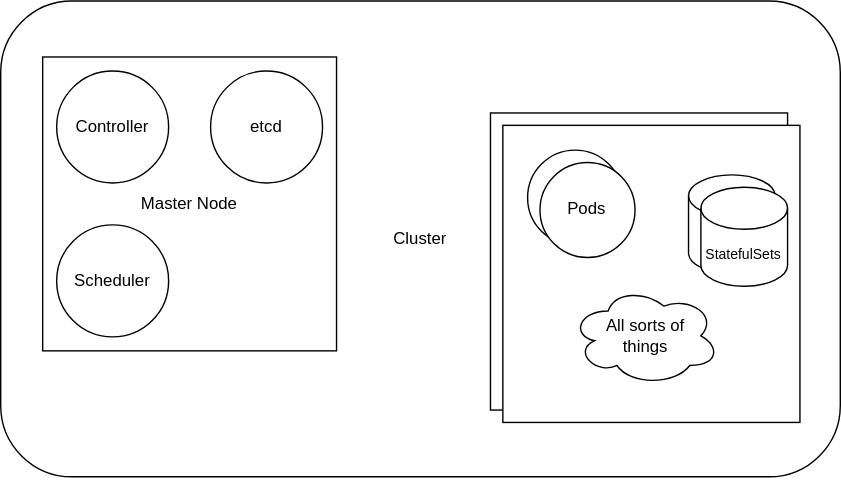
hamidmayeli/k8s-demo keeps this draw.io diagram as imgs/cluster.svg. Above is the earlier version. Source tidied: cells renumbered, new cells last; positions are measured from the earlier drawing's top-left corner, leaving out a move shared by most shapes. The source it was exported from:
```xml
<mxGraphModel>
  <root>
    <mxCell id="0" />
    <mxCell id="1" parent="0" />
    <mxCell id="2" value="Cluster" style="rounded=1;whiteSpace=wrap;html=1;" parent="1" vertex="1">
      <mxGeometry width="600" height="340" as="geometry" />
    </mxCell>
    <mxCell id="3" style="group;" parent="1" vertex="1">
      <mxGeometry x="30" y="40" width="210" height="210" as="geometry" />
    </mxCell>
    <mxCell id="4" value="Master Node" style="rounded=0;whiteSpace=wrap;html=1;" parent="3" vertex="1">
      <mxGeometry width="210" height="210" as="geometry" />
    </mxCell>
    <mxCell id="5" value="etcd" style="ellipse;whiteSpace=wrap;html=1;" parent="3" vertex="1">
      <mxGeometry x="120" y="10" width="80" height="80" as="geometry" />
    </mxCell>
    <mxCell id="6" value="Scheduler" style="ellipse;whiteSpace=wrap;html=1;" parent="3" vertex="1">
      <mxGeometry x="10" y="120" width="80" height="80" as="geometry" />
    </mxCell>
    <mxCell id="7" value="Controller" style="ellipse;whiteSpace=wrap;html=1;" parent="3" vertex="1">
      <mxGeometry x="10" y="10" width="80" height="80" as="geometry" />
    </mxCell>
    <mxCell id="8" style="group;" parent="1" vertex="1">
      <mxGeometry x="350" y="80" width="230" height="230" as="geometry" />
    </mxCell>
    <mxCell id="9" style="whiteSpace=wrap;html=1;" parent="8" vertex="1">
      <mxGeometry width="212.3" height="212.3" as="geometry" />
    </mxCell>
    <mxCell id="10" style="whiteSpace=wrap;html=1;" parent="8" vertex="1">
      <mxGeometry x="8.8" y="8.8" width="212.3" height="212.3" as="geometry" />
    </mxCell>
    <mxCell id="11" style="ellipse;whiteSpace=wrap;html=1;" parent="8" vertex="1">
      <mxGeometry x="26.5" y="26.5" width="67.9" height="67.9" as="geometry" />
    </mxCell>
    <mxCell id="12" value="Pods" style="ellipse;whiteSpace=wrap;html=1;" parent="8" vertex="1">
      <mxGeometry x="35.4" y="35.4" width="67.9" height="67.9" as="geometry" />
    </mxCell>
    <mxCell id="13" style="shape=cylinder3;whiteSpace=wrap;html=1;boundedLbl=1;backgroundOutline=1;size=15;" parent="8" vertex="1">
      <mxGeometry x="141.5" y="44.2" width="61.9" height="70.8" as="geometry" />
    </mxCell>
    <mxCell id="14" value="&lt;font style=&quot;font-size: 10px;&quot;&gt;StatefulSets&lt;/font&gt;" style="shape=cylinder3;whiteSpace=wrap;html=1;boundedLbl=1;backgroundOutline=1;size=15;" parent="8" vertex="1">
      <mxGeometry x="150.4" y="53.1" width="61.9" height="70.8" as="geometry" />
    </mxCell>
    <mxCell id="15" value="All sorts of &lt;br&gt;things" style="ellipse;shape=cloud;whiteSpace=wrap;html=1;fontSize=12;" parent="8" vertex="1">
      <mxGeometry x="57.5" y="123.8" width="106.2" height="70.8" as="geometry" />
    </mxCell>
    <mxCell id="16" style="edgeStyle=orthogonalEdgeStyle;rounded=0;orthogonalLoop=1;jettySize=auto;html=1;exitX=0.5;exitY=1;exitDx=0;exitDy=0;fontSize=12;" parent="1" edge="1" source="2" target="2">
      <mxGeometry relative="1" as="geometry" />
    </mxCell>
  </root>
</mxGraphModel>
```
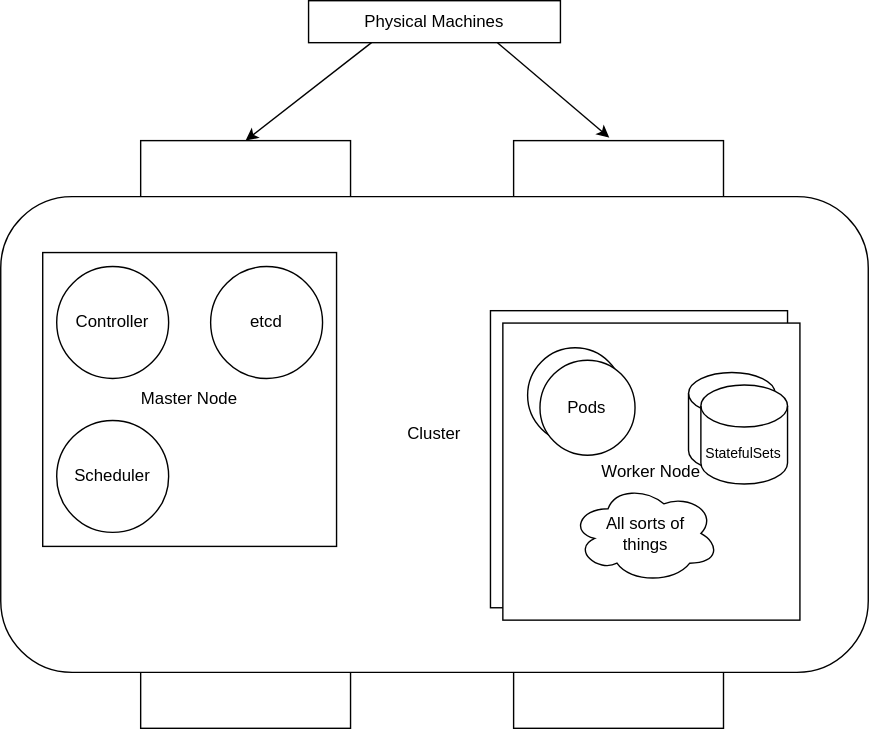
After the commit.

The edit, as a diff of the source:
```diff
@@ -2,11 +2,20 @@
   <root>
     <mxCell id="0" />
     <mxCell id="1" parent="0" />
+    <mxCell id="17" style="group;" parent="1" vertex="1">
+      <mxGeometry x="100" y="-140" width="620" height="520" as="geometry" />
+    </mxCell>
+    <mxCell id="18" style="rounded=0;whiteSpace=wrap;html=1;" parent="17" vertex="1">
+      <mxGeometry x="366.5" y="100" width="150" height="420" as="geometry" />
+    </mxCell>
+    <mxCell id="19" style="rounded=0;whiteSpace=wrap;html=1;" parent="17" vertex="1">
+      <mxGeometry x="100" y="100" width="150" height="420" as="geometry" />
+    </mxCell>
-    <mxCell id="2" value="Cluster" style="rounded=1;whiteSpace=wrap;html=1;" parent="1" vertex="1">
-      <mxGeometry width="600" height="340" as="geometry" />
+    <mxCell id="2" value="Cluster" style="rounded=1;whiteSpace=wrap;html=1;" parent="17" vertex="1">
+      <mxGeometry y="140" width="620" height="340" as="geometry" />
     </mxCell>
-    <mxCell id="3" style="group;" parent="1" vertex="1">
-      <mxGeometry x="30" y="40" width="210" height="210" as="geometry" />
+    <mxCell id="3" style="group;" parent="17" vertex="1">
+      <mxGeometry x="30" y="180" width="210" height="210" as="geometry" />
     </mxCell>
     <mxCell id="4" value="Master Node" style="rounded=0;whiteSpace=wrap;html=1;" parent="3" vertex="1">
       <mxGeometry width="210" height="210" as="geometry" />
@@ -20,13 +29,13 @@
     <mxCell id="7" value="Controller" style="ellipse;whiteSpace=wrap;html=1;" parent="3" vertex="1">
       <mxGeometry x="10" y="10" width="80" height="80" as="geometry" />
     </mxCell>
-    <mxCell id="8" style="group;" parent="1" vertex="1">
-      <mxGeometry x="350" y="80" width="230" height="230" as="geometry" />
+    <mxCell id="8" style="group;" parent="17" vertex="1">
+      <mxGeometry x="350" y="221.5" width="230" height="298.5" as="geometry" />
     </mxCell>
     <mxCell id="9" style="whiteSpace=wrap;html=1;" parent="8" vertex="1">
       <mxGeometry width="212.3" height="212.3" as="geometry" />
     </mxCell>
-    <mxCell id="10" style="whiteSpace=wrap;html=1;" parent="8" vertex="1">
+    <mxCell id="10" value="Worker Node" style="whiteSpace=wrap;html=1;" parent="8" vertex="1">
       <mxGeometry x="8.8" y="8.8" width="212.3" height="212.3" as="geometry" />
     </mxCell>
     <mxCell id="11" style="ellipse;whiteSpace=wrap;html=1;" parent="8" vertex="1">
@@ -44,8 +53,17 @@
     <mxCell id="15" value="All sorts of &lt;br&gt;things" style="ellipse;shape=cloud;whiteSpace=wrap;html=1;fontSize=12;" parent="8" vertex="1">
       <mxGeometry x="57.5" y="123.8" width="106.2" height="70.8" as="geometry" />
     </mxCell>
-    <mxCell id="16" style="edgeStyle=orthogonalEdgeStyle;rounded=0;orthogonalLoop=1;jettySize=auto;html=1;exitX=0.5;exitY=1;exitDx=0;exitDy=0;fontSize=12;" parent="1" edge="1" source="2" target="2">
+    <mxCell id="16" style="edgeStyle=orthogonalEdgeStyle;rounded=0;orthogonalLoop=1;jettySize=auto;html=1;exitX=0.5;exitY=1;exitDx=0;exitDy=0;fontSize=12;" parent="17" edge="1" source="2" target="2">
       <mxGeometry relative="1" as="geometry" />
     </mxCell>
+    <mxCell id="20" value="Physical Machines" style="text;html=1;strokeColor=default;fillColor=none;align=center;verticalAlign=middle;whiteSpace=wrap;rounded=0;" parent="17" vertex="1">
+      <mxGeometry x="220" width="180" height="30" as="geometry" />
+    </mxCell>
+    <mxCell id="21" style="endArrow=classic;html=1;rounded=0;entryX=0.5;entryY=0;entryDx=0;entryDy=0;exitX=0.25;exitY=1;exitDx=0;exitDy=0;" parent="17" edge="1" source="20" target="19">
+      <mxGeometry relative="1" as="geometry" />
+    </mxCell>
+    <mxCell id="22" style="endArrow=classic;html=1;rounded=0;entryX=0.456;entryY=-0.005;entryDx=0;entryDy=0;entryPerimeter=0;exitX=0.75;exitY=1;exitDx=0;exitDy=0;" parent="17" edge="1" source="20" target="18">
+      <mxGeometry relative="1" as="geometry" />
+    </mxCell>
   </root>
 </mxGraphModel>
```
